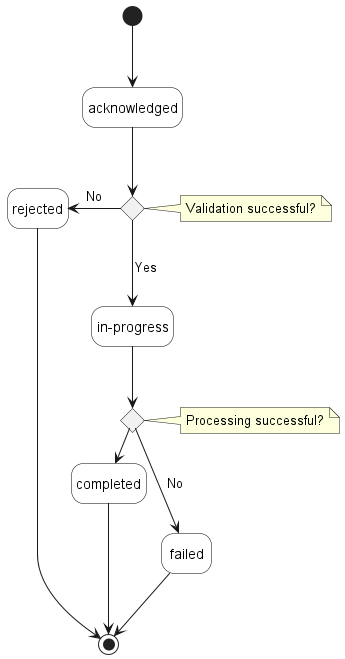
Before: documentation/serviceApi/pm/performance/media/performanceReportStates.png, a diagram exported from PlantUML (MEF-GIT/MEF-LSO-Legato-SDK).
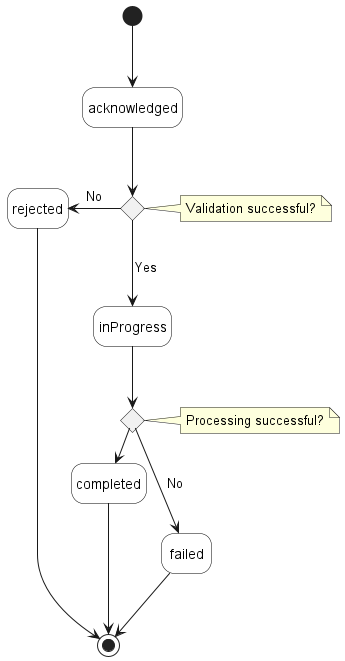
The same diagram one commit later.

What changed in the source:
```diff
@@ -12,7 +12,7 @@
 state processing_successful <<choice>>
  note right of processing_successful : Processing successful?
 
-state "in-progress" as in_progress
+state "inProgress" as in_progress
 
 [*] -d-> acknowledged
 
```
